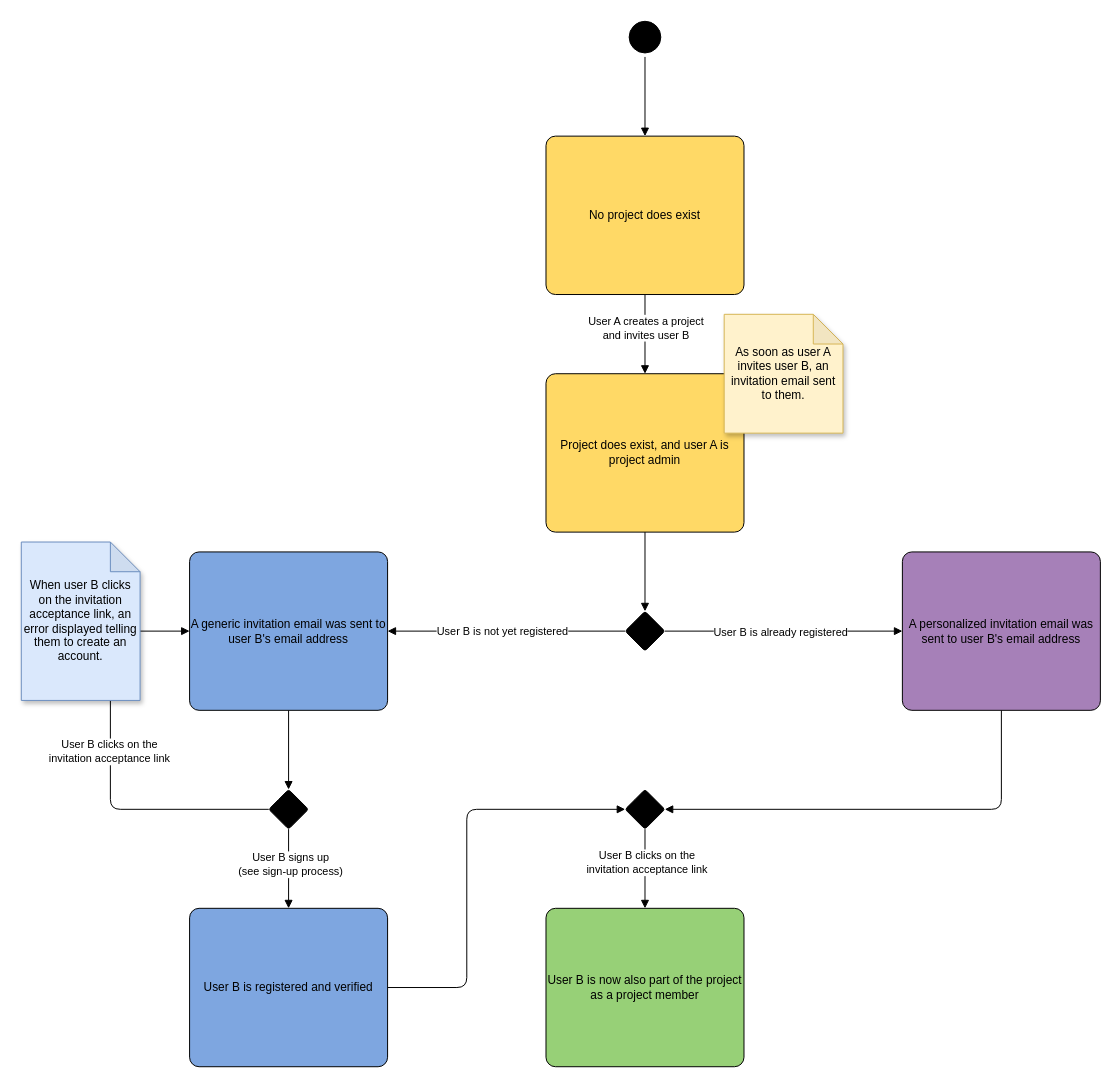
Above: page "Project Invitation Process" (5 of 5) of SnowballR Diagrams.drawio in SE-UUlm/snowballr (draw.io), before the change. Source tidied: cells renumbered, new cells numbered last; positions are measured from the earlier drawing's top-left corner, leaving out a move shared by most shapes. Both pictures are drawn from the tidied source at 99%, with x=0, y=0 at pixel (21, 17).
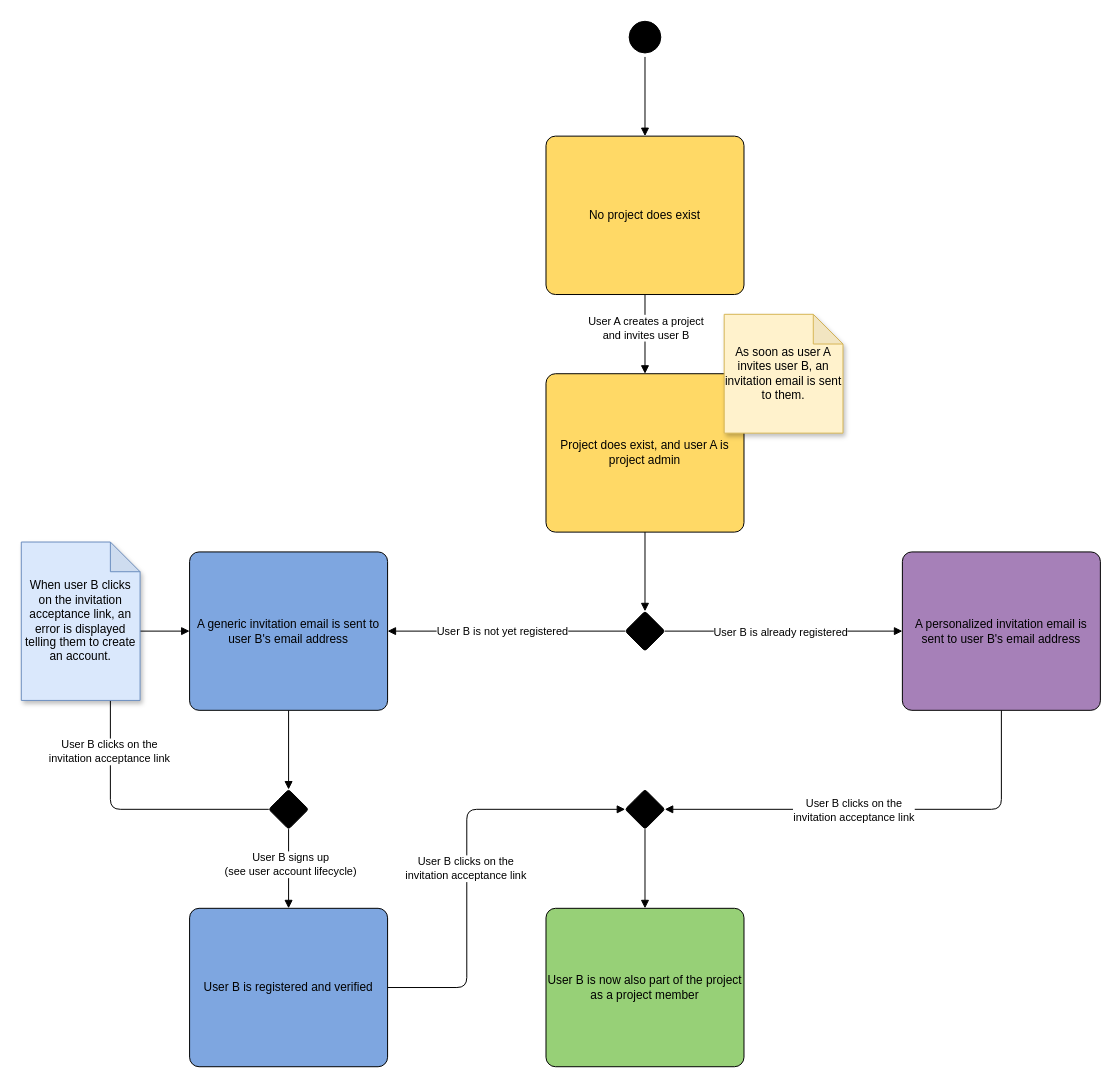
The same diagram, later.

Commit message (it also covers changes not shown here):
feat: update text in project invitation diagram

The change refers to these unchanged cells:
```xml
<mxCell id="18" style="edgeStyle=orthogonalEdgeStyle;rounded=1;jettySize=auto;html=1;exitX=0.5;exitY=1;exitDx=0;exitDy=0;entryX=1;entryY=0.5;entryDx=0;entryDy=0;curved=0;endArrow=block;endFill=1;" parent="1" edge="1" source="19" target="30">
  <mxGeometry relative="1" as="geometry" />
</mxCell>
<mxCell id="22" style="edgeStyle=orthogonalEdgeStyle;rounded=1;jettySize=auto;html=1;exitX=0.5;exitY=1;exitDx=0;exitDy=0;entryX=0.5;entryY=0;entryDx=0;entryDy=0;curved=0;endArrow=block;endFill=1;" parent="1" edge="1" source="24" target="27">
  <mxGeometry relative="1" as="geometry" />
</mxCell>
<mxCell id="26" style="edgeStyle=orthogonalEdgeStyle;rounded=1;jettySize=auto;html=1;exitX=1;exitY=0.5;exitDx=0;exitDy=0;entryX=0;entryY=0.5;entryDx=0;entryDy=0;curved=0;endArrow=block;endFill=1;" parent="1" edge="1" source="27" target="30">
  <mxGeometry relative="1" as="geometry">
    <Array as="points">
      <mxPoint x="450" y="980" />
      <mxPoint x="450" y="800" />
    </Array>
  </mxGeometry>
</mxCell>
<mxCell id="28" style="edgeStyle=orthogonalEdgeStyle;rounded=1;jettySize=auto;html=1;exitX=0.5;exitY=1;exitDx=0;exitDy=0;entryX=0.5;entryY=0;entryDx=0;entryDy=0;curved=0;endArrow=block;endFill=1;" parent="1" edge="1" source="30" target="12">
  <mxGeometry relative="1" as="geometry" />
</mxCell>
```

Diff of the diagram source:
```diff
@@
-    <mxCell id="15" value="As soon as user A invites user B, an invitation email sent to them." style="shape=note;whiteSpace=wrap;html=1;backgroundOutline=1;darkOpacity=0.05;fillColor=#fff2cc;strokeColor=#d6b656;shadow=1;align=center;verticalAlign=middle;textShadow=0;" parent="1" vertex="1">
+    <mxCell id="15" value="As soon as user A invites user B, an invitation email is sent to them." style="shape=note;whiteSpace=wrap;html=1;backgroundOutline=1;darkOpacity=0.05;fillColor=#fff2cc;strokeColor=#d6b656;shadow=1;align=center;verticalAlign=middle;textShadow=0;" parent="1" vertex="1">
       <mxGeometry x="710" y="300" width="120" height="120" as="geometry" />
     </mxCell>
@@
-    <mxCell id="17" value="A generic invitation email was sent to user B's email address" style="rounded=1;whiteSpace=wrap;html=1;fillColor=#7EA6E0;arcSize=6;" parent="1" vertex="1">
+    <mxCell id="17" value="A generic invitation email is sent to user B's email address" style="rounded=1;whiteSpace=wrap;html=1;fillColor=#7EA6E0;arcSize=6;" parent="1" vertex="1">
       <mxGeometry x="170" y="540" width="200" height="160" as="geometry" />
     </mxCell>
@@
+    <mxCell id="31" value="User B clicks on the&lt;div&gt;invitation acceptance link&lt;/div&gt;" style="edgeLabel;html=1;align=center;verticalAlign=middle;" parent="18" vertex="1">
+      <mxGeometry x="0.21" y="-1" relative="1" as="geometry">
+        <mxPoint x="16" y="1" as="offset" />
+      </mxGeometry>
+    </mxCell>
-    <mxCell id="19" value="A personalized invitation email was sent to user B's email address" style="rounded=1;whiteSpace=wrap;html=1;fillColor=#A680B8;arcSize=6;" parent="1" vertex="1">
+    <mxCell id="19" value="A personalized invitation email is sent to user B's email address" style="rounded=1;whiteSpace=wrap;html=1;fillColor=#A680B8;arcSize=6;" parent="1" vertex="1">
       <mxGeometry x="890" y="540" width="200" height="160" as="geometry" />
     </mxCell>
@@
-    <mxCell id="23" value="User B signs up&lt;div&gt;(see sign-up process)&lt;/div&gt;" style="edgeLabel;html=1;align=center;verticalAlign=middle;" parent="22" vertex="1">
+    <mxCell id="23" value="User B signs up&lt;div&gt;(see user account lifecycle)&lt;/div&gt;" style="edgeLabel;html=1;align=center;verticalAlign=middle;" parent="22" vertex="1">
       <mxGeometry x="-0.13" y="1" relative="1" as="geometry" />
     </mxCell>
@@
-    <mxCell id="25" value="When user B clicks on the invitation acceptance link, an error displayed telling them to create an account." style="shape=note;whiteSpace=wrap;html=1;backgroundOutline=1;darkOpacity=0.05;fillColor=#dae8fc;strokeColor=#6c8ebf;shadow=1;align=center;verticalAlign=middle;textShadow=0;" parent="1" vertex="1">
+    <mxCell id="25" value="When user B clicks on the invitation acceptance link, an error is displayed telling them to create an account." style="shape=note;whiteSpace=wrap;html=1;backgroundOutline=1;darkOpacity=0.05;fillColor=#dae8fc;strokeColor=#6c8ebf;shadow=1;align=center;verticalAlign=middle;textShadow=0;" parent="1" vertex="1">
       <mxGeometry y="530" width="120" height="160" as="geometry" />
     </mxCell>
@@
+    <mxCell id="32" value="User B clicks on the&lt;div&gt;invitation acceptance link&lt;/div&gt;" style="edgeLabel;html=1;align=center;verticalAlign=middle;" parent="26" vertex="1">
+      <mxGeometry x="-0.14" y="2" relative="1" as="geometry">
+        <mxPoint y="-20" as="offset" />
+      </mxGeometry>
+    </mxCell>
@@
-    <mxCell id="29" value="User B clicks on the&lt;div&gt;invitation acceptance link&lt;/div&gt;" style="edgeLabel;html=1;align=center;verticalAlign=middle;" parent="28" vertex="1">
-      <mxGeometry x="-0.18" y="1" relative="1" as="geometry" />
-    </mxCell>
```
